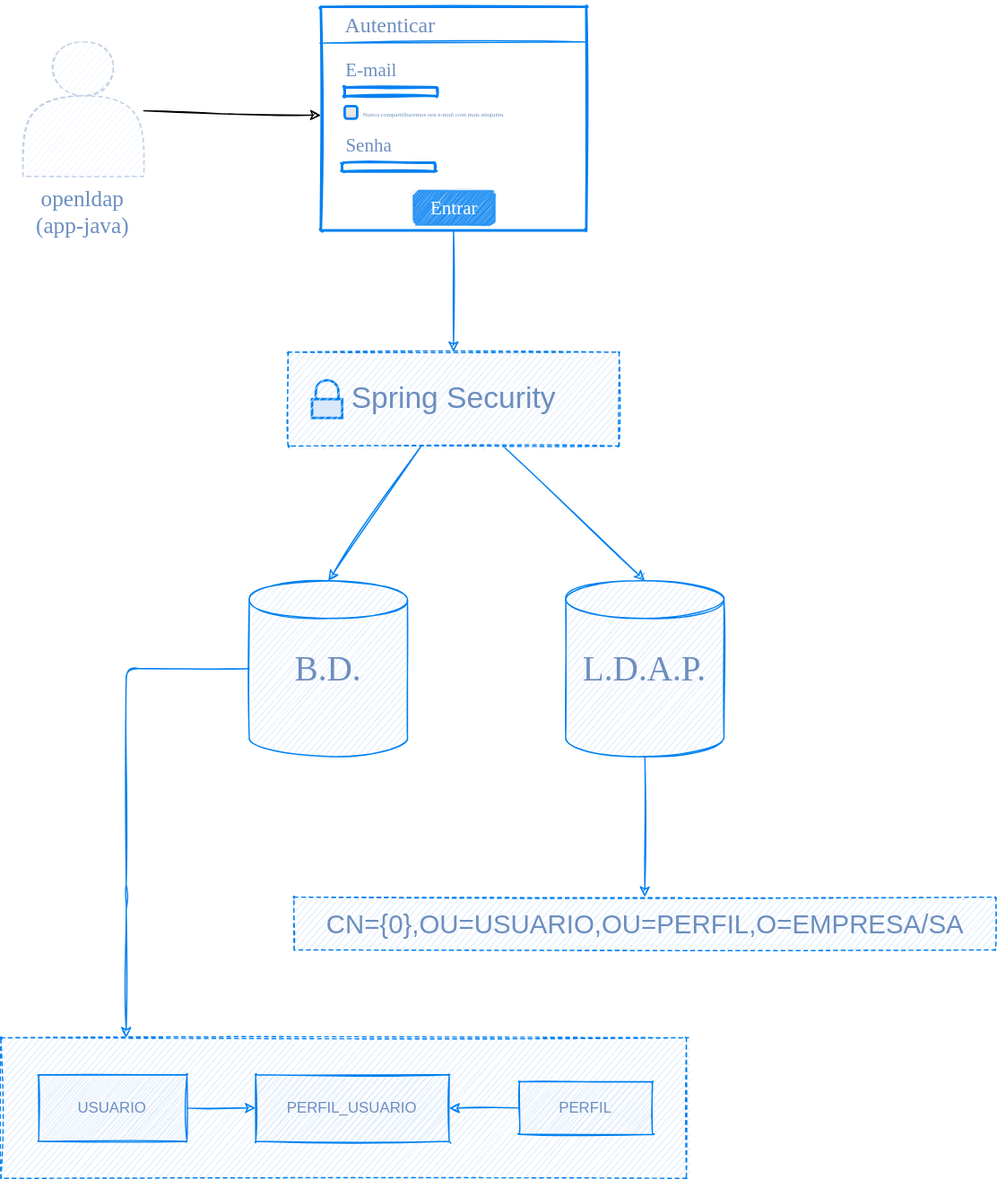
Before: openldap/arquitetura.drawio.svg, a diagram exported from draw.io (ramiralvesmelo/spring-boot-projetos). Source tidied: cells renumbered, new cells last; positions are measured from the earlier drawing's top-left corner, leaving out a move shared by most shapes.
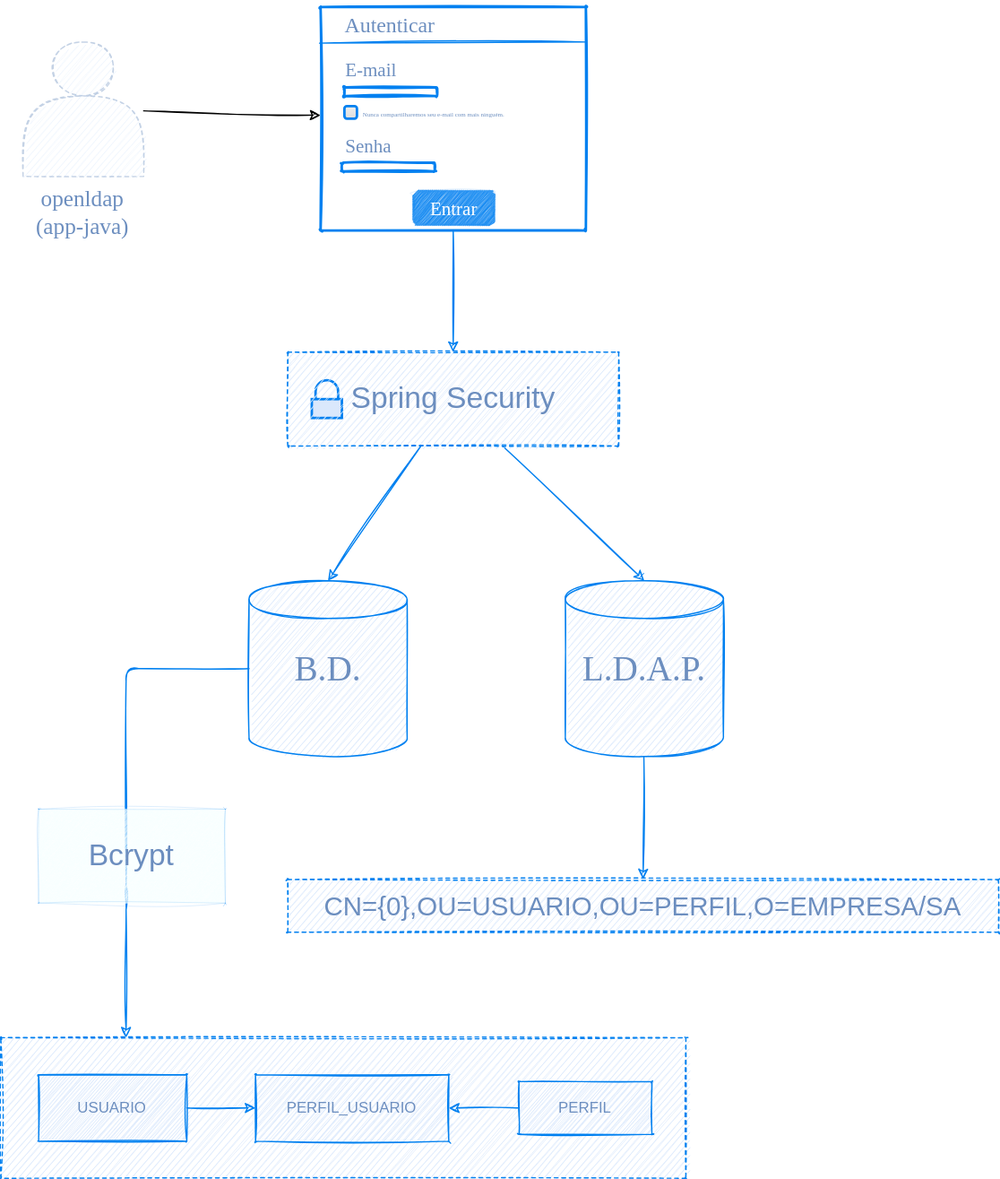
After the change.

What changed in the source:
```diff
@@ -90,7 +90,10 @@
       <mxGeometry relative="1" as="geometry" />
     </mxCell>
     <mxCell id="29" value="&lt;h1&gt;&lt;span style=&quot;font-weight: normal;&quot;&gt;&lt;font style=&quot;font-size: 21px;&quot;&gt;CN={0},OU=USUARIO,OU=PERFIL,O=EMPRESA/SA&lt;/font&gt;&lt;/span&gt;&lt;br&gt;&lt;/h1&gt;" style="rounded=1;whiteSpace=wrap;html=1;shadow=0;sketch=1;strokeWidth=1;fillColor=#DAE8FC;arcSize=0;strokeColor=#0080F0;fontColor=#6C8EBF;dashed=1;" parent="1" vertex="1">
-      <mxGeometry x="233.7" y="714" width="558.8" height="42" as="geometry" />
+      <mxGeometry x="228.9" y="700" width="566.5" height="42" as="geometry" />
     </mxCell>
+    <mxCell id="30" value="&lt;font style=&quot;font-size: 24px;&quot;&gt;Bcrypt&lt;br&gt;&lt;/font&gt;" style="rounded=1;whiteSpace=wrap;html=1;shadow=0;strokeWidth=0;fillColor=#F4FBFC;arcSize=0;strokeColor=#0080F0;fontColor=#6C8EBF;dashed=1;sketch=1;curveFitting=1;jiggle=2;" parent="1" vertex="1">
+      <mxGeometry x="30.3" y="644" width="148.8" height="74.8" as="geometry" />
+    </mxCell>
   </root>
 </mxGraphModel>
```
